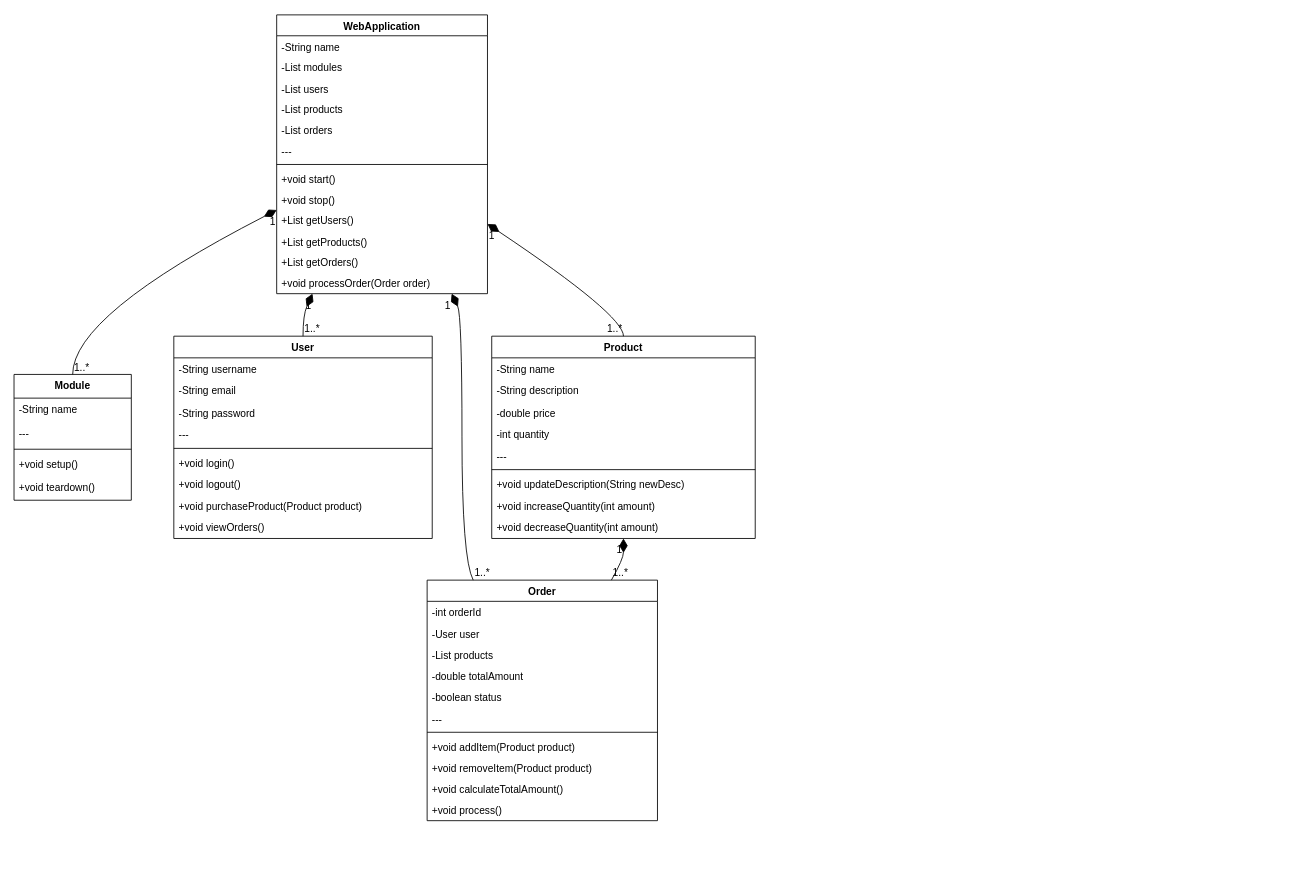
This is Untitled Diagram.drawio from JoeyZhang22/UML-Diagram-for-ECE444, a draw.io file, before an edit. Source tidied: cells renumbered, new cells numbered last; positions are measured from the earlier drawing's top-left corner, leaving out a move shared by most shapes. Both pictures are drawn from the tidied source at 85%, with x=0, y=0 at pixel (14, 14).
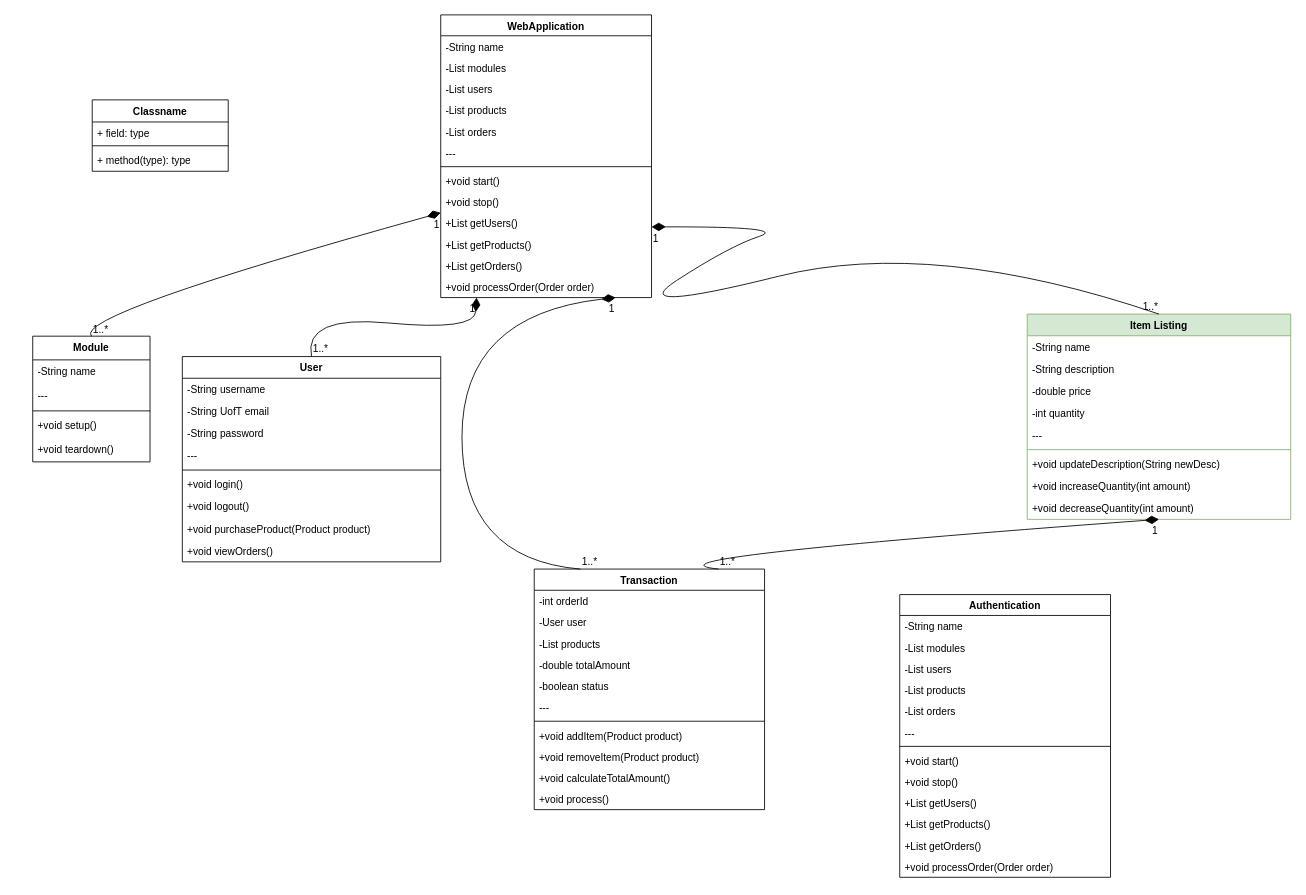
The same page after the edit.

Commit message:
UML diagram

Diff of the diagram source:
```diff
@@
     <mxCell id="2" value="WebApplication" style="swimlane;fontStyle=1;align=center;verticalAlign=top;horizontal=1;startSize=24.576923076923077;" parent="1" vertex="1">
-      <mxGeometry x="309" width="248" height="328" as="geometry" />
+      <mxGeometry x="502" width="248" height="332.6" as="geometry" />
     </mxCell>
     <mxCell id="3" value="-String name" style="text;strokeColor=none;fillColor=none;align=left;verticalAlign=top;spacingLeft=4;spacingRight=4;overflow=hidden;" parent="2" vertex="1">
-      <mxGeometry y="25" width="248" height="25" as="geometry" />
+      <mxGeometry y="24.6" width="248" height="25" as="geometry" />
     </mxCell>
     <mxCell id="4" value="-List modules" style="text;strokeColor=none;fillColor=none;align=left;verticalAlign=top;spacingLeft=4;spacingRight=4;overflow=hidden;" parent="2" vertex="1">
-      <mxGeometry y="49" width="248" height="25" as="geometry" />
+      <mxGeometry y="49.6" width="248" height="25" as="geometry" />
     </mxCell>
     <mxCell id="5" value="-List users" style="text;strokeColor=none;fillColor=none;align=left;verticalAlign=top;spacingLeft=4;spacingRight=4;overflow=hidden;" parent="2" vertex="1">
-      <mxGeometry y="74" width="248" height="25" as="geometry" />
+      <mxGeometry y="74.6" width="248" height="25" as="geometry" />
     </mxCell>
     <mxCell id="6" value="-List products" style="text;strokeColor=none;fillColor=none;align=left;verticalAlign=top;spacingLeft=4;spacingRight=4;overflow=hidden;" parent="2" vertex="1">
-      <mxGeometry y="98" width="248" height="25" as="geometry" />
+      <mxGeometry y="99.6" width="248" height="25" as="geometry" />
     </mxCell>
     <mxCell id="7" value="-List orders" style="text;strokeColor=none;fillColor=none;align=left;verticalAlign=top;spacingLeft=4;spacingRight=4;overflow=hidden;" parent="2" vertex="1">
-      <mxGeometry y="123" width="248" height="25" as="geometry" />
+      <mxGeometry y="124.6" width="248" height="25" as="geometry" />
     </mxCell>
     <mxCell id="8" value="---" style="text;strokeColor=none;fillColor=none;align=left;verticalAlign=top;spacingLeft=4;spacingRight=4;overflow=hidden;" parent="2" vertex="1">
-      <mxGeometry y="147" width="248" height="25" as="geometry" />
+      <mxGeometry y="149.6" width="248" height="25" as="geometry" />
     </mxCell>
     <mxCell id="9" style="line;strokeWidth=1;fillColor=none;align=left;verticalAlign=middle;spacingTop=-1;spacingLeft=3;spacingRight=3;labelPosition=right;strokeColor=inherit;" parent="2" vertex="1">
-      <mxGeometry y="172" width="248" height="8" as="geometry" />
+      <mxGeometry y="174.6" width="248" height="8" as="geometry" />
     </mxCell>
     <mxCell id="10" value="+void start()" style="text;strokeColor=none;fillColor=none;align=left;verticalAlign=top;spacingLeft=4;spacingRight=4;overflow=hidden;" parent="2" vertex="1">
-      <mxGeometry y="180" width="248" height="25" as="geometry" />
+      <mxGeometry y="182.6" width="248" height="25" as="geometry" />
     </mxCell>
     <mxCell id="11" value="+void stop()" style="text;strokeColor=none;fillColor=none;align=left;verticalAlign=top;spacingLeft=4;spacingRight=4;overflow=hidden;" parent="2" vertex="1">
-      <mxGeometry y="205" width="248" height="25" as="geometry" />
+      <mxGeometry y="207.6" width="248" height="25" as="geometry" />
     </mxCell>
     <mxCell id="12" value="+List getUsers()" style="text;strokeColor=none;fillColor=none;align=left;verticalAlign=top;spacingLeft=4;spacingRight=4;overflow=hidden;" parent="2" vertex="1">
-      <mxGeometry y="229" width="248" height="25" as="geometry" />
+      <mxGeometry y="232.6" width="248" height="25" as="geometry" />
     </mxCell>
     <mxCell id="13" value="+List getProducts()" style="text;strokeColor=none;fillColor=none;align=left;verticalAlign=top;spacingLeft=4;spacingRight=4;overflow=hidden;" parent="2" vertex="1">
-      <mxGeometry y="254" width="248" height="25" as="geometry" />
+      <mxGeometry y="257.6" width="248" height="25" as="geometry" />
     </mxCell>
     <mxCell id="14" value="+List getOrders()" style="text;strokeColor=none;fillColor=none;align=left;verticalAlign=top;spacingLeft=4;spacingRight=4;overflow=hidden;" parent="2" vertex="1">
-      <mxGeometry y="278" width="248" height="25" as="geometry" />
+      <mxGeometry y="282.6" width="248" height="25" as="geometry" />
     </mxCell>
     <mxCell id="15" value="+void processOrder(Order order)" style="text;strokeColor=none;fillColor=none;align=left;verticalAlign=top;spacingLeft=4;spacingRight=4;overflow=hidden;" parent="2" vertex="1">
-      <mxGeometry y="303" width="248" height="25" as="geometry" />
+      <mxGeometry y="307.6" width="248" height="25" as="geometry" />
     </mxCell>
     <mxCell id="16" value="Module" style="swimlane;fontStyle=1;align=center;verticalAlign=top;horizontal=1;startSize=27.9;" parent="1" vertex="1">
-      <mxGeometry y="423" width="138" height="148" as="geometry" />
+      <mxGeometry x="22" y="378" width="138" height="147.9" as="geometry" />
     </mxCell>
     <mxCell id="17" value="-String name" style="text;strokeColor=none;fillColor=none;align=left;verticalAlign=top;spacingLeft=4;spacingRight=4;overflow=hidden;" parent="16" vertex="1">
-      <mxGeometry y="28" width="138" height="28" as="geometry" />
+      <mxGeometry y="27.9" width="138" height="28" as="geometry" />
     </mxCell>
     <mxCell id="18" value="---" style="text;strokeColor=none;fillColor=none;align=left;verticalAlign=top;spacingLeft=4;spacingRight=4;overflow=hidden;" parent="16" vertex="1">
-      <mxGeometry y="56" width="138" height="28" as="geometry" />
+      <mxGeometry y="55.9" width="138" height="28" as="geometry" />
     </mxCell>
     <mxCell id="19" style="line;strokeWidth=1;fillColor=none;align=left;verticalAlign=middle;spacingTop=-1;spacingLeft=3;spacingRight=3;labelPosition=right;strokeColor=inherit;" parent="16" vertex="1">
-      <mxGeometry y="84" width="138" height="8" as="geometry" />
+      <mxGeometry y="83.9" width="138" height="8" as="geometry" />
     </mxCell>
     <mxCell id="20" value="+void setup()" style="text;strokeColor=none;fillColor=none;align=left;verticalAlign=top;spacingLeft=4;spacingRight=4;overflow=hidden;" parent="16" vertex="1">
-      <mxGeometry y="92" width="138" height="28" as="geometry" />
+      <mxGeometry y="91.9" width="138" height="28" as="geometry" />
     </mxCell>
     <mxCell id="21" value="+void teardown()" style="text;strokeColor=none;fillColor=none;align=left;verticalAlign=top;spacingLeft=4;spacingRight=4;overflow=hidden;" parent="16" vertex="1">
-      <mxGeometry y="120" width="138" height="28" as="geometry" />
+      <mxGeometry y="119.9" width="138" height="28" as="geometry" />
     </mxCell>
     <mxCell id="22" value="User" style="swimlane;fontStyle=1;align=center;verticalAlign=top;horizontal=1;startSize=25.5;" parent="1" vertex="1">
-      <mxGeometry x="188" y="378" width="304" height="238" as="geometry" />
+      <mxGeometry x="198" y="402" width="304" height="241.5" as="geometry" />
     </mxCell>
     <mxCell id="23" value="-String username" style="text;strokeColor=none;fillColor=none;align=left;verticalAlign=top;spacingLeft=4;spacingRight=4;overflow=hidden;" parent="22" vertex="1">
-      <mxGeometry y="26" width="304" height="26" as="geometry" />
+      <mxGeometry y="25.5" width="304" height="26" as="geometry" />
     </mxCell>
-    <mxCell id="24" value="-String email" style="text;strokeColor=none;fillColor=none;align=left;verticalAlign=top;spacingLeft=4;spacingRight=4;overflow=hidden;" parent="22" vertex="1">
-      <mxGeometry y="51" width="304" height="26" as="geometry" />
+    <mxCell id="24" value="-String UofT email" style="text;strokeColor=none;fillColor=none;align=left;verticalAlign=top;spacingLeft=4;spacingRight=4;overflow=hidden;" parent="22" vertex="1">
+      <mxGeometry y="51.5" width="304" height="26" as="geometry" />
     </mxCell>
     <mxCell id="25" value="-String password" style="text;strokeColor=none;fillColor=none;align=left;verticalAlign=top;spacingLeft=4;spacingRight=4;overflow=hidden;" parent="22" vertex="1">
-      <mxGeometry y="77" width="304" height="26" as="geometry" />
+      <mxGeometry y="77.5" width="304" height="26" as="geometry" />
     </mxCell>
     <mxCell id="26" value="---" style="text;strokeColor=none;fillColor=none;align=left;verticalAlign=top;spacingLeft=4;spacingRight=4;overflow=hidden;" parent="22" vertex="1">
-      <mxGeometry y="102" width="304" height="26" as="geometry" />
+      <mxGeometry y="103.5" width="304" height="26" as="geometry" />
     </mxCell>
     <mxCell id="27" style="line;strokeWidth=1;fillColor=none;align=left;verticalAlign=middle;spacingTop=-1;spacingLeft=3;spacingRight=3;labelPosition=right;strokeColor=inherit;" parent="22" vertex="1">
-      <mxGeometry y="128" width="304" height="8" as="geometry" />
+      <mxGeometry y="129.5" width="304" height="8" as="geometry" />
     </mxCell>
     <mxCell id="28" value="+void login()" style="text;strokeColor=none;fillColor=none;align=left;verticalAlign=top;spacingLeft=4;spacingRight=4;overflow=hidden;" parent="22" vertex="1">
-      <mxGeometry y="136" width="304" height="26" as="geometry" />
+      <mxGeometry y="137.5" width="304" height="26" as="geometry" />
     </mxCell>
     <mxCell id="29" value="+void logout()" style="text;strokeColor=none;fillColor=none;align=left;verticalAlign=top;spacingLeft=4;spacingRight=4;overflow=hidden;" parent="22" vertex="1">
-      <mxGeometry y="161" width="304" height="26" as="geometry" />
+      <mxGeometry y="163.5" width="304" height="26" as="geometry" />
     </mxCell>
     <mxCell id="30" value="+void purchaseProduct(Product product)" style="text;strokeColor=none;fillColor=none;align=left;verticalAlign=top;spacingLeft=4;spacingRight=4;overflow=hidden;" parent="22" vertex="1">
-      <mxGeometry y="187" width="304" height="26" as="geometry" />
+      <mxGeometry y="189.5" width="304" height="26" as="geometry" />
     </mxCell>
     <mxCell id="31" value="+void viewOrders()" style="text;strokeColor=none;fillColor=none;align=left;verticalAlign=top;spacingLeft=4;spacingRight=4;overflow=hidden;" parent="22" vertex="1">
-      <mxGeometry y="212" width="304" height="26" as="geometry" />
+      <mxGeometry y="215.5" width="304" height="26" as="geometry" />
     </mxCell>
-    <mxCell id="32" value="Product" style="swimlane;fontStyle=1;align=center;verticalAlign=top;horizontal=1;startSize=25.5;" parent="1" vertex="1">
-      <mxGeometry x="562" y="378" width="310" height="238" as="geometry" />
+    <mxCell id="32" value="Item Listing" style="swimlane;fontStyle=1;align=center;verticalAlign=top;horizontal=1;startSize=25.5;fillColor=#d5e8d4;strokeColor=#82b366;" parent="1" vertex="1">
+      <mxGeometry x="1192" y="352" width="310" height="241.5" as="geometry" />
     </mxCell>
     <mxCell id="33" value="-String name" style="text;strokeColor=none;fillColor=none;align=left;verticalAlign=top;spacingLeft=4;spacingRight=4;overflow=hidden;" parent="32" vertex="1">
-      <mxGeometry y="26" width="310" height="26" as="geometry" />
+      <mxGeometry y="25.5" width="310" height="26" as="geometry" />
     </mxCell>
     <mxCell id="34" value="-String description" style="text;strokeColor=none;fillColor=none;align=left;verticalAlign=top;spacingLeft=4;spacingRight=4;overflow=hidden;" parent="32" vertex="1">
-      <mxGeometry y="51" width="310" height="26" as="geometry" />
+      <mxGeometry y="51.5" width="310" height="26" as="geometry" />
     </mxCell>
     <mxCell id="35" value="-double price" style="text;strokeColor=none;fillColor=none;align=left;verticalAlign=top;spacingLeft=4;spacingRight=4;overflow=hidden;" parent="32" vertex="1">
-      <mxGeometry y="77" width="310" height="26" as="geometry" />
+      <mxGeometry y="77.5" width="310" height="26" as="geometry" />
     </mxCell>
     <mxCell id="36" value="-int quantity" style="text;strokeColor=none;fillColor=none;align=left;verticalAlign=top;spacingLeft=4;spacingRight=4;overflow=hidden;" parent="32" vertex="1">
-      <mxGeometry y="102" width="310" height="26" as="geometry" />
+      <mxGeometry y="103.5" width="310" height="26" as="geometry" />
     </mxCell>
     <mxCell id="37" value="---" style="text;strokeColor=none;fillColor=none;align=left;verticalAlign=top;spacingLeft=4;spacingRight=4;overflow=hidden;" parent="32" vertex="1">
-      <mxGeometry y="128" width="310" height="26" as="geometry" />
+      <mxGeometry y="129.5" width="310" height="26" as="geometry" />
     </mxCell>
     <mxCell id="38" style="line;strokeWidth=1;fillColor=none;align=left;verticalAlign=middle;spacingTop=-1;spacingLeft=3;spacingRight=3;labelPosition=right;strokeColor=inherit;" parent="32" vertex="1">
-      <mxGeometry y="153" width="310" height="8" as="geometry" />
+      <mxGeometry y="155.5" width="310" height="8" as="geometry" />
     </mxCell>
     <mxCell id="39" value="+void updateDescription(String newDesc)" style="text;strokeColor=none;fillColor=none;align=left;verticalAlign=top;spacingLeft=4;spacingRight=4;overflow=hidden;" parent="32" vertex="1">
-      <mxGeometry y="161" width="310" height="26" as="geometry" />
+      <mxGeometry y="163.5" width="310" height="26" as="geometry" />
     </mxCell>
     <mxCell id="40" value="+void increaseQuantity(int amount)" style="text;strokeColor=none;fillColor=none;align=left;verticalAlign=top;spacingLeft=4;spacingRight=4;overflow=hidden;" parent="32" vertex="1">
-      <mxGeometry y="187" width="310" height="26" as="geometry" />
+      <mxGeometry y="189.5" width="310" height="26" as="geometry" />
     </mxCell>
     <mxCell id="41" value="+void decreaseQuantity(int amount)" style="text;strokeColor=none;fillColor=none;align=left;verticalAlign=top;spacingLeft=4;spacingRight=4;overflow=hidden;" parent="32" vertex="1">
-      <mxGeometry y="212" width="310" height="26" as="geometry" />
+      <mxGeometry y="215.5" width="310" height="26" as="geometry" />
     </mxCell>
-    <mxCell id="42" value="Order" style="swimlane;fontStyle=1;align=center;verticalAlign=top;horizontal=1;startSize=24.954545454545453;" parent="1" vertex="1">
-      <mxGeometry x="486" y="665" width="271" height="283" as="geometry" />
+    <mxCell id="42" value="Transaction" style="swimlane;fontStyle=1;align=center;verticalAlign=top;horizontal=1;startSize=24.954545454545453;" parent="1" vertex="1">
+      <mxGeometry x="612" y="652" width="271" height="283" as="geometry" />
     </mxCell>
@@
     <mxCell id="57" style="curved=1;startArrow=diamondThin;startSize=14;startFill=1;endArrow=none;exitX=0.17;exitY=1;entryX=0.5;entryY=0;" parent="1" edge="1" source="2" target="22">
       <mxGeometry relative="1" as="geometry">
         <Array as="points">
+          <mxPoint x="542" y="372" />
           <mxPoint x="340" y="353" />
         </Array>
       </mxGeometry>
     </mxCell>
@@
     <mxCell id="60" style="curved=1;startArrow=diamondThin;startSize=14;startFill=1;endArrow=none;exitX=1;exitY=0.75;entryX=0.5;entryY=0;" parent="1" edge="1" source="2" target="32">
       <mxGeometry relative="1" as="geometry">
         <Array as="points">
+          <mxPoint x="912" y="249" />
+          <mxPoint x="842" y="272" />
           <mxPoint x="717" y="353" />
+          <mxPoint x="1082" y="262" />
         </Array>
       </mxGeometry>
     </mxCell>
@@
+    <mxCell id="69" value="Authentication" style="swimlane;fontStyle=1;align=center;verticalAlign=top;horizontal=1;startSize=24.576923076923077;" parent="1" vertex="1">
+      <mxGeometry x="1042" y="682" width="248" height="332.6" as="geometry" />
+    </mxCell>
+    <mxCell id="70" value="-String name" style="text;strokeColor=none;fillColor=none;align=left;verticalAlign=top;spacingLeft=4;spacingRight=4;overflow=hidden;" parent="69" vertex="1">
+      <mxGeometry y="24.6" width="248" height="25" as="geometry" />
+    </mxCell>
+    <mxCell id="71" value="-List modules" style="text;strokeColor=none;fillColor=none;align=left;verticalAlign=top;spacingLeft=4;spacingRight=4;overflow=hidden;" parent="69" vertex="1">
+      <mxGeometry y="49.6" width="248" height="25" as="geometry" />
+    </mxCell>
+    <mxCell id="72" value="-List users" style="text;strokeColor=none;fillColor=none;align=left;verticalAlign=top;spacingLeft=4;spacingRight=4;overflow=hidden;" parent="69" vertex="1">
+      <mxGeometry y="74.6" width="248" height="25" as="geometry" />
+    </mxCell>
+    <mxCell id="73" value="-List products" style="text;strokeColor=none;fillColor=none;align=left;verticalAlign=top;spacingLeft=4;spacingRight=4;overflow=hidden;" parent="69" vertex="1">
+      <mxGeometry y="99.6" width="248" height="25" as="geometry" />
+    </mxCell>
+    <mxCell id="74" value="-List orders" style="text;strokeColor=none;fillColor=none;align=left;verticalAlign=top;spacingLeft=4;spacingRight=4;overflow=hidden;" parent="69" vertex="1">
+      <mxGeometry y="124.6" width="248" height="25" as="geometry" />
+    </mxCell>
+    <mxCell id="75" value="---" style="text;strokeColor=none;fillColor=none;align=left;verticalAlign=top;spacingLeft=4;spacingRight=4;overflow=hidden;" parent="69" vertex="1">
+      <mxGeometry y="149.6" width="248" height="25" as="geometry" />
+    </mxCell>
+    <mxCell id="76" style="line;strokeWidth=1;fillColor=none;align=left;verticalAlign=middle;spacingTop=-1;spacingLeft=3;spacingRight=3;labelPosition=right;strokeColor=inherit;" parent="69" vertex="1">
+      <mxGeometry y="174.6" width="248" height="8" as="geometry" />
+    </mxCell>
+    <mxCell id="77" value="+void start()" style="text;strokeColor=none;fillColor=none;align=left;verticalAlign=top;spacingLeft=4;spacingRight=4;overflow=hidden;" parent="69" vertex="1">
+      <mxGeometry y="182.6" width="248" height="25" as="geometry" />
+    </mxCell>
+    <mxCell id="78" value="+void stop()" style="text;strokeColor=none;fillColor=none;align=left;verticalAlign=top;spacingLeft=4;spacingRight=4;overflow=hidden;" parent="69" vertex="1">
+      <mxGeometry y="207.6" width="248" height="25" as="geometry" />
+    </mxCell>
+    <mxCell id="79" value="+List getUsers()" style="text;strokeColor=none;fillColor=none;align=left;verticalAlign=top;spacingLeft=4;spacingRight=4;overflow=hidden;" parent="69" vertex="1">
+      <mxGeometry y="232.6" width="248" height="25" as="geometry" />
+    </mxCell>
+    <mxCell id="80" value="+List getProducts()" style="text;strokeColor=none;fillColor=none;align=left;verticalAlign=top;spacingLeft=4;spacingRight=4;overflow=hidden;" parent="69" vertex="1">
+      <mxGeometry y="257.6" width="248" height="25" as="geometry" />
+    </mxCell>
+    <mxCell id="81" value="+List getOrders()" style="text;strokeColor=none;fillColor=none;align=left;verticalAlign=top;spacingLeft=4;spacingRight=4;overflow=hidden;" parent="69" vertex="1">
+      <mxGeometry y="282.6" width="248" height="25" as="geometry" />
+    </mxCell>
+    <mxCell id="82" value="+void processOrder(Order order)" style="text;strokeColor=none;fillColor=none;align=left;verticalAlign=top;spacingLeft=4;spacingRight=4;overflow=hidden;" parent="69" vertex="1">
+      <mxGeometry y="307.6" width="248" height="25" as="geometry" />
+    </mxCell>
+    <mxCell id="83" value="Classname" style="swimlane;fontStyle=1;align=center;verticalAlign=top;horizontal=1;startSize=26;whiteSpace=wrap;html=1;" parent="1" vertex="1">
+      <mxGeometry x="92" y="100" width="160" height="84" as="geometry" />
+    </mxCell>
+    <mxCell id="84" value="+ field: type" style="text;strokeColor=none;fillColor=none;align=left;verticalAlign=top;spacingLeft=4;spacingRight=4;overflow=hidden;whiteSpace=wrap;html=1;" parent="83" vertex="1">
+      <mxGeometry y="26" width="160" height="24" as="geometry" />
+    </mxCell>
+    <mxCell id="85" style="line;strokeWidth=1;fillColor=none;align=left;verticalAlign=middle;spacingTop=-1;spacingLeft=3;spacingRight=3;labelPosition=right;strokeColor=inherit;" parent="83" vertex="1">
+      <mxGeometry y="50" width="160" height="8" as="geometry" />
+    </mxCell>
+    <mxCell id="86" value="+ method(type): type" style="text;strokeColor=none;fillColor=none;align=left;verticalAlign=top;spacingLeft=4;spacingRight=4;overflow=hidden;whiteSpace=wrap;html=1;" parent="83" vertex="1">
+      <mxGeometry y="58" width="160" height="26" as="geometry" />
+    </mxCell>
```
